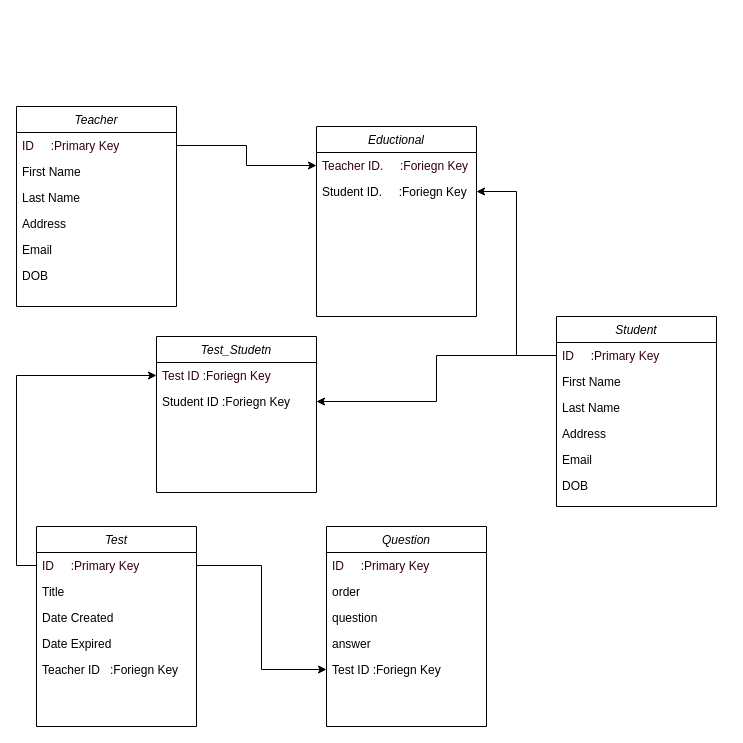
Above: Untitled Diagram.drawio in nharrisanalyst/tester_flow (draw.io), before the change. Source tidied: cells renumbered, new cells numbered last; positions are measured from the earlier drawing's top-left corner, leaving out a move shared by most shapes. Both pictures are drawn from the tidied source at 100%, with x=0, y=0 at pixel (16, 106).
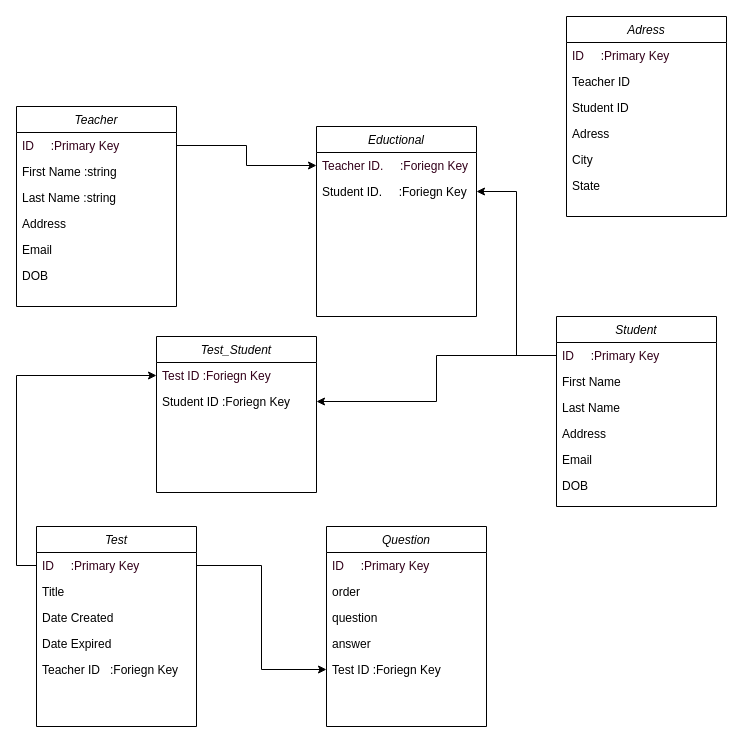
The same page after the edit.

Unchanged cells that the change refers to:
```xml
<mxCell id="2" value="Teacher" style="swimlane;fontStyle=2;align=center;verticalAlign=top;horizontal=1;startSize=26;rounded=0;shadow=0;strokeWidth=1;" parent="1" vertex="1">
  <mxGeometry width="160" height="200" as="geometry" />
</mxCell>
```

Change to the diagram source:
```diff
@@
-    <mxCell id="4" value="First Name" style="text;align=left;verticalAlign=top;spacingLeft=4;spacingRight=4;overflow=hidden;rounded=0;shadow=0;html=0;" parent="2" vertex="1">
+    <mxCell id="4" value="First Name :string" style="text;align=left;verticalAlign=top;spacingLeft=4;spacingRight=4;overflow=hidden;rounded=0;shadow=0;html=0;" parent="2" vertex="1">
       <mxGeometry y="52" width="160" height="26" as="geometry" />
     </mxCell>
-    <mxCell id="5" value="Last Name" style="text;align=left;verticalAlign=top;spacingLeft=4;spacingRight=4;overflow=hidden;rounded=0;shadow=0;html=0;" parent="2" vertex="1">
+    <mxCell id="5" value="Last Name :string" style="text;align=left;verticalAlign=top;spacingLeft=4;spacingRight=4;overflow=hidden;rounded=0;shadow=0;html=0;" parent="2" vertex="1">
       <mxGeometry y="78" width="160" height="26" as="geometry" />
     </mxCell>
@@
-    <mxCell id="34" value="Test_Studetn" style="swimlane;fontStyle=2;align=center;verticalAlign=top;horizontal=1;startSize=26;rounded=0;shadow=0;strokeWidth=1;" parent="1" vertex="1">
+    <mxCell id="34" value="Test_Student" style="swimlane;fontStyle=2;align=center;verticalAlign=top;horizontal=1;startSize=26;rounded=0;shadow=0;strokeWidth=1;" parent="1" vertex="1">
       <mxGeometry x="140" y="230" width="160" height="156" as="geometry" />
     </mxCell>
@@
+    <mxCell id="39" value="Adress" style="swimlane;fontStyle=2;align=center;verticalAlign=top;horizontal=1;startSize=26;rounded=0;shadow=0;strokeWidth=1;" parent="1" vertex="1">
+      <mxGeometry x="550" y="-90" width="160" height="200" as="geometry" />
+    </mxCell>
+    <mxCell id="40" value="ID     :Primary Key" style="text;align=left;verticalAlign=top;spacingLeft=4;spacingRight=4;overflow=hidden;fontColor=#33001A;" parent="39" vertex="1">
+      <mxGeometry y="26" width="160" height="26" as="geometry" />
+    </mxCell>
+    <mxCell id="41" value="Teacher ID" style="text;align=left;verticalAlign=top;spacingLeft=4;spacingRight=4;overflow=hidden;rounded=0;shadow=0;html=0;" parent="39" vertex="1">
+      <mxGeometry y="52" width="160" height="26" as="geometry" />
+    </mxCell>
+    <mxCell id="42" value="Student ID" style="text;align=left;verticalAlign=top;spacingLeft=4;spacingRight=4;overflow=hidden;rounded=0;shadow=0;html=0;" parent="39" vertex="1">
+      <mxGeometry y="78" width="160" height="26" as="geometry" />
+    </mxCell>
+    <mxCell id="43" value="Adress" style="text;align=left;verticalAlign=top;spacingLeft=4;spacingRight=4;overflow=hidden;rounded=0;shadow=0;html=0;" parent="39" vertex="1">
+      <mxGeometry y="104" width="160" height="26" as="geometry" />
+    </mxCell>
+    <mxCell id="44" value="City" style="text;align=left;verticalAlign=top;spacingLeft=4;spacingRight=4;overflow=hidden;rounded=0;shadow=0;html=0;" parent="39" vertex="1">
+      <mxGeometry y="130" width="160" height="26" as="geometry" />
+    </mxCell>
+    <mxCell id="45" value="State" style="text;align=left;verticalAlign=top;spacingLeft=4;spacingRight=4;overflow=hidden;rounded=0;shadow=0;html=0;" parent="39" vertex="1">
+      <mxGeometry y="156" width="160" height="26" as="geometry" />
+    </mxCell>
```
